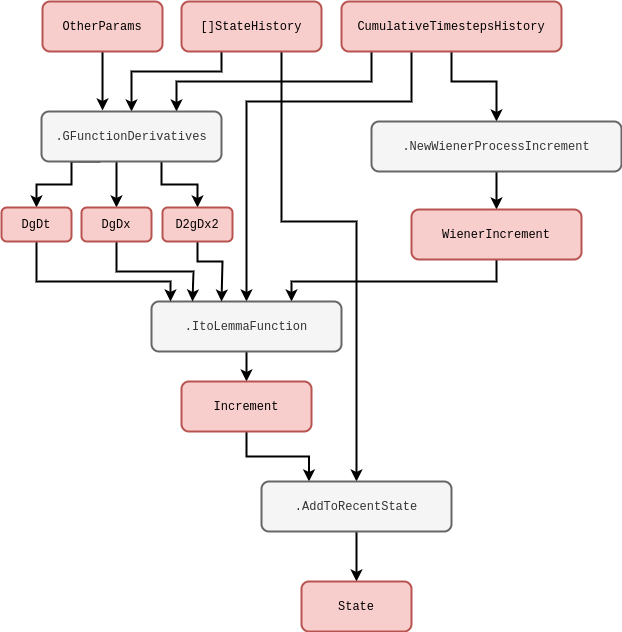
Above: assets/stochadexI/stochadexI-ito-lemma.drawio.png in umbralcalc/umbralcalc.github.io (draw.io), before the change. Source tidied: cells renumbered, new cells last; positions are measured from the earlier drawing's top-left corner, leaving out a move shared by most shapes.
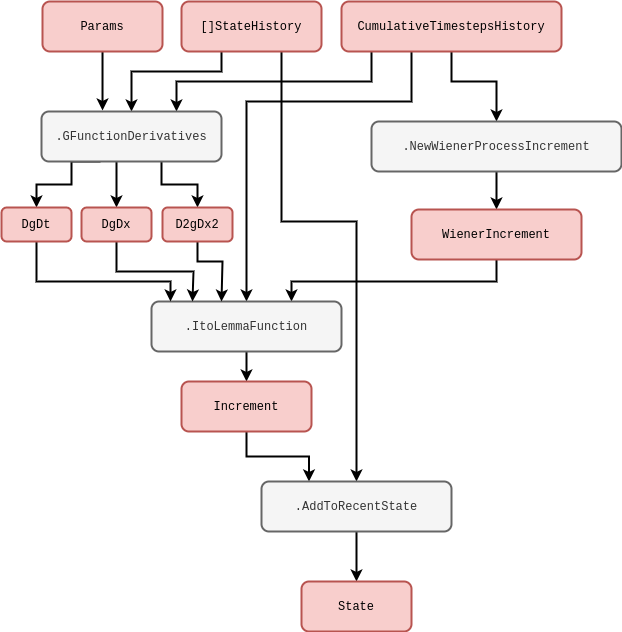
Above is the later version.

Diff of the diagram source:
```diff
@@ -82,7 +82,7 @@
     <mxCell id="15" style="edgeStyle=orthogonalEdgeStyle;rounded=0;jettySize=auto;html=1;entryX=0.339;entryY=-0.02;entryDx=0;entryDy=0;strokeWidth=2;entryPerimeter=0;" parent="1" edge="1" source="16" target="20">
       <mxGeometry relative="1" as="geometry" />
     </mxCell>
-    <mxCell id="16" value="&lt;font face=&quot;Courier New&quot;&gt;OtherParams&lt;/font&gt;" style="rounded=1;whiteSpace=wrap;html=1;strokeWidth=2;fillColor=#f8cecc;strokeColor=#b85450;" parent="1" vertex="1">
+    <mxCell id="16" value="&lt;font face=&quot;Courier New&quot;&gt;Params&lt;/font&gt;" style="rounded=1;whiteSpace=wrap;html=1;strokeWidth=2;fillColor=#f8cecc;strokeColor=#b85450;" parent="1" vertex="1">
       <mxGeometry x="41" width="120" height="50" as="geometry" />
     </mxCell>
     <mxCell id="17" style="edgeStyle=orthogonalEdgeStyle;rounded=0;jettySize=auto;html=1;strokeWidth=2;entryX=0.5;entryY=0;entryDx=0;entryDy=0;exitX=0.328;exitY=1;exitDx=0;exitDy=0;exitPerimeter=0;" parent="1" edge="1" source="20" target="22">
```
